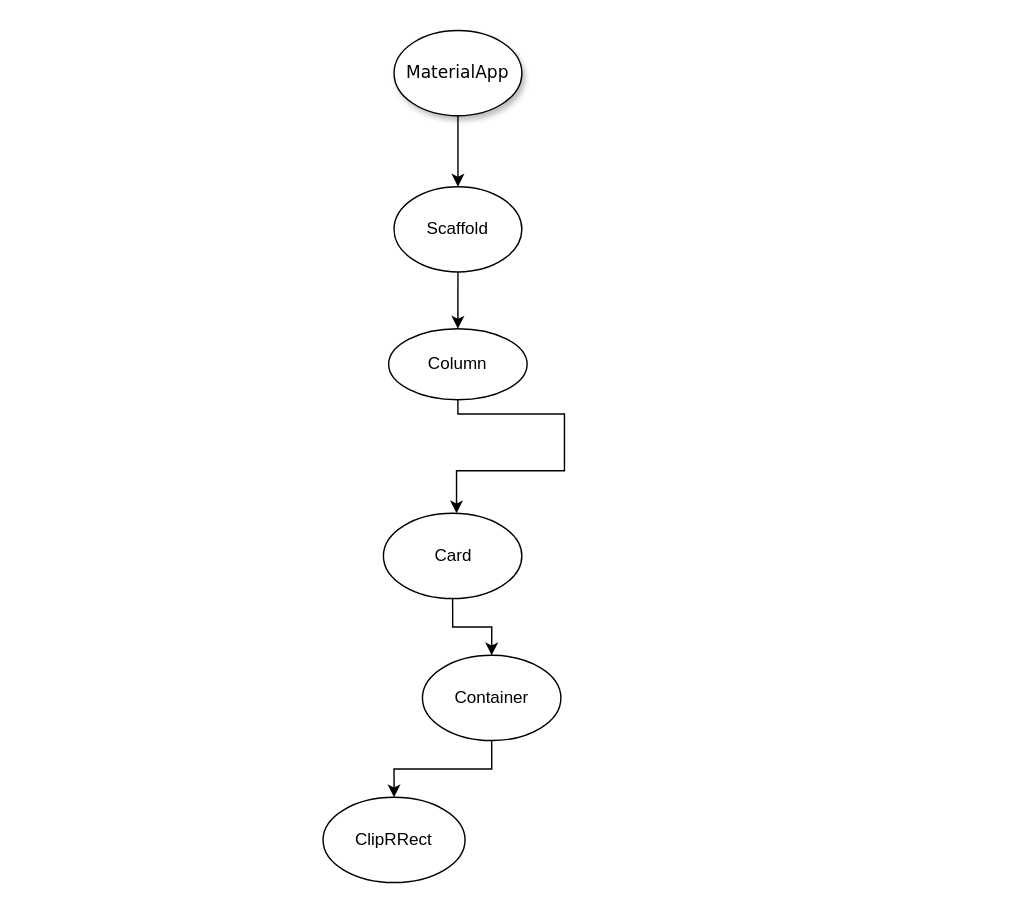
This is Untitled Diagram.drawio from Mr-N-Sibiya/PersonalProjectsForPactice, a draw.io file, before an edit. Source tidied: cells renumbered, new cells numbered last; positions are measured from the earlier drawing's top-left corner, leaving out a move shared by most shapes. Both pictures are drawn from the tidied source at 142%, with x=0, y=0 at pixel (322, 30).
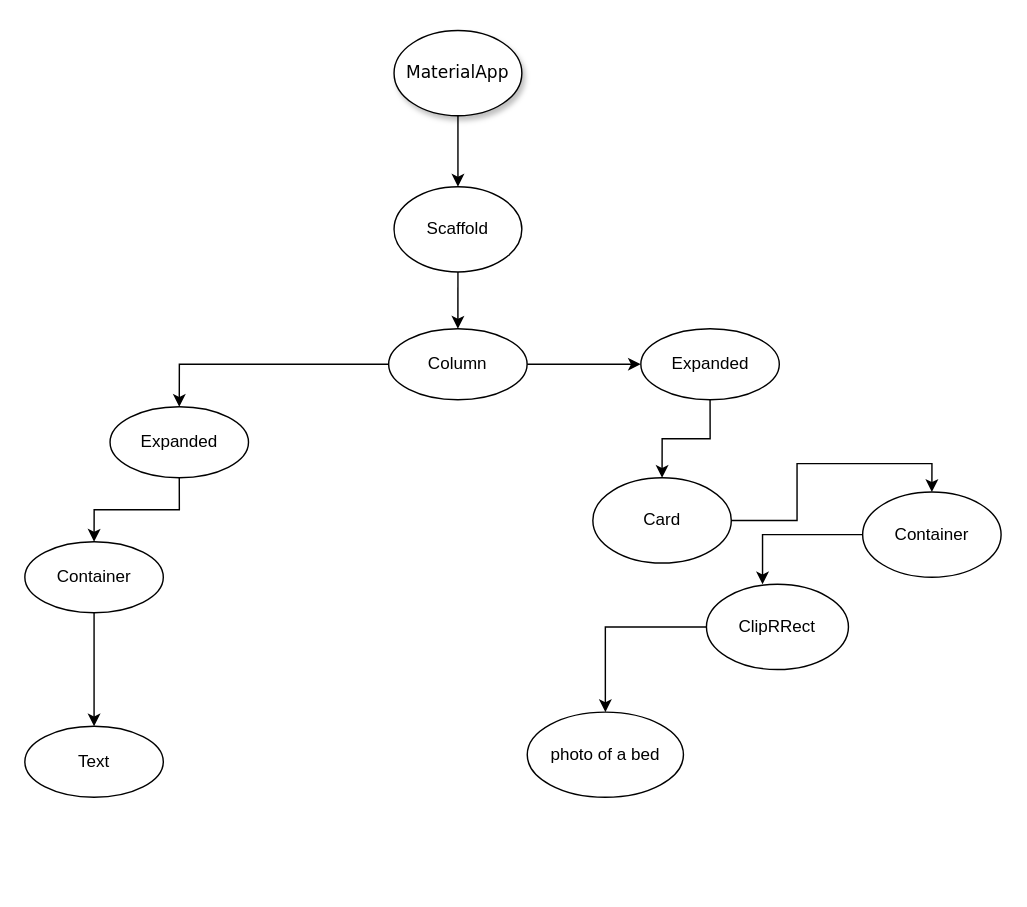
The same diagram, later.

The change refers to these unchanged cells:
```xml
<mxCell id="11" value="Column" style="ellipse;whiteSpace=wrap;html=1;" parent="1" vertex="1">
  <mxGeometry x="46.2" y="210" width="97.5" height="50" as="geometry" />
</mxCell>
```

What changed in the source:
```diff
@@
     <mxCell id="7" value="Card" style="ellipse;whiteSpace=wrap;html=1;" parent="1" vertex="1">
-      <mxGeometry x="42.5" y="340" width="97.5" height="60" as="geometry" />
+      <mxGeometry x="190" y="315" width="97.5" height="60" as="geometry" />
     </mxCell>
-    <mxCell id="8" style="edgeStyle=orthogonalEdgeStyle;rounded=0;jettySize=auto;html=1;" parent="1" edge="1" source="9" target="12">
+    <mxCell id="8" style="edgeStyle=orthogonalEdgeStyle;rounded=0;jettySize=auto;html=1;entryX=0.395;entryY=0;entryDx=0;entryDy=0;entryPerimeter=0;" parent="1" edge="1" source="9" target="12">
       <mxGeometry relative="1" as="geometry" />
     </mxCell>
     <mxCell id="9" value="Container" style="ellipse;whiteSpace=wrap;html=1;" parent="1" vertex="1">
-      <mxGeometry x="70" y="440" width="97.5" height="60" as="geometry" />
+      <mxGeometry x="380" y="325" width="97.5" height="60" as="geometry" />
     </mxCell>
-    <mxCell id="10" style="edgeStyle=orthogonalEdgeStyle;rounded=0;jettySize=auto;html=1;" parent="1" edge="1" source="11">
-      <mxGeometry relative="1" as="geometry">
-        <mxPoint x="94" y="340" as="targetPoint" />
-        <Array as="points">
-          <mxPoint x="95" y="270" />
-          <mxPoint x="170" y="270" />
-          <mxPoint x="170" y="310" />
-          <mxPoint x="94" y="310" />
-        </Array>
-      </mxGeometry>
-    </mxCell>
+    <mxCell id="13" style="edgeStyle=orthogonalEdgeStyle;rounded=0;jettySize=auto;html=1;" parent="1" edge="1" source="11" target="18">
+      <mxGeometry relative="1" as="geometry" />
+    </mxCell>
+    <mxCell id="14" style="edgeStyle=orthogonalEdgeStyle;rounded=0;jettySize=auto;html=1;" parent="1" edge="1" source="11" target="23">
+      <mxGeometry relative="1" as="geometry" />
+    </mxCell>
@@
+    <mxCell id="15" style="edgeStyle=orthogonalEdgeStyle;rounded=0;jettySize=auto;html=1;" parent="1" edge="1" source="12" target="16">
+      <mxGeometry relative="1" as="geometry" />
+    </mxCell>
     <mxCell id="12" value="ClipRRect" style="ellipse;whiteSpace=wrap;html=1;" parent="1" vertex="1">
-      <mxGeometry y="540" width="100" height="60" as="geometry" />
+      <mxGeometry x="270" y="390" width="100" height="60" as="geometry" />
     </mxCell>
+    <mxCell id="16" value="photo of a bed" style="ellipse;whiteSpace=wrap;html=1;" parent="1" vertex="1">
+      <mxGeometry x="143.8" y="480" width="110" height="60" as="geometry" />
+    </mxCell>
+    <mxCell id="17" style="edgeStyle=orthogonalEdgeStyle;rounded=0;jettySize=auto;html=1;" parent="1" edge="1" source="18" target="20">
+      <mxGeometry relative="1" as="geometry" />
+    </mxCell>
+    <mxCell id="18" value="Expanded" style="ellipse;whiteSpace=wrap;html=1;" parent="1" vertex="1">
+      <mxGeometry x="-150" y="265" width="97.5" height="50" as="geometry" />
+    </mxCell>
+    <mxCell id="19" style="edgeStyle=orthogonalEdgeStyle;rounded=0;jettySize=auto;html=1;" parent="1" edge="1" source="20" target="21">
+      <mxGeometry relative="1" as="geometry" />
+    </mxCell>
+    <mxCell id="20" value="Container" style="ellipse;whiteSpace=wrap;html=1;" parent="1" vertex="1">
+      <mxGeometry x="-210" y="360" width="97.5" height="50" as="geometry" />
+    </mxCell>
+    <mxCell id="21" value="Text" style="ellipse;whiteSpace=wrap;html=1;" parent="1" vertex="1">
+      <mxGeometry x="-210" y="490" width="97.5" height="50" as="geometry" />
+    </mxCell>
+    <mxCell id="22" style="edgeStyle=orthogonalEdgeStyle;rounded=0;jettySize=auto;html=1;" parent="1" edge="1" source="23" target="7">
+      <mxGeometry relative="1" as="geometry" />
+    </mxCell>
+    <mxCell id="23" value="Expanded" style="ellipse;whiteSpace=wrap;html=1;" parent="1" vertex="1">
+      <mxGeometry x="223.8" y="210" width="97.5" height="50" as="geometry" />
+    </mxCell>
```
